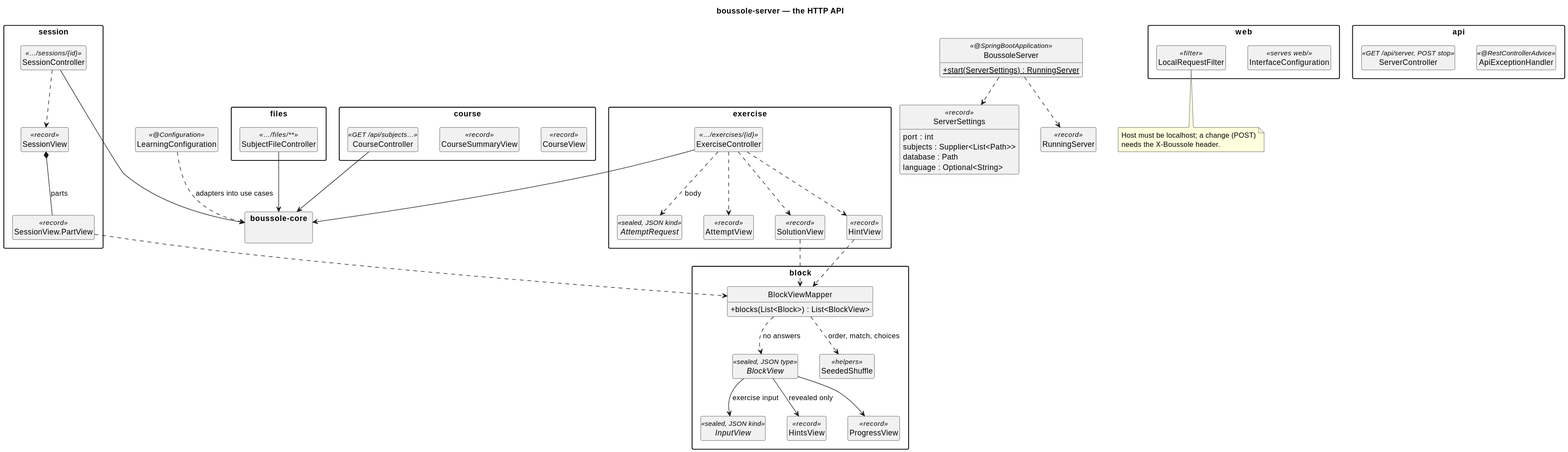
Earlier version of the PlantUML export docs/diagrams/70-server.svg (lucasssoh/Boussole).
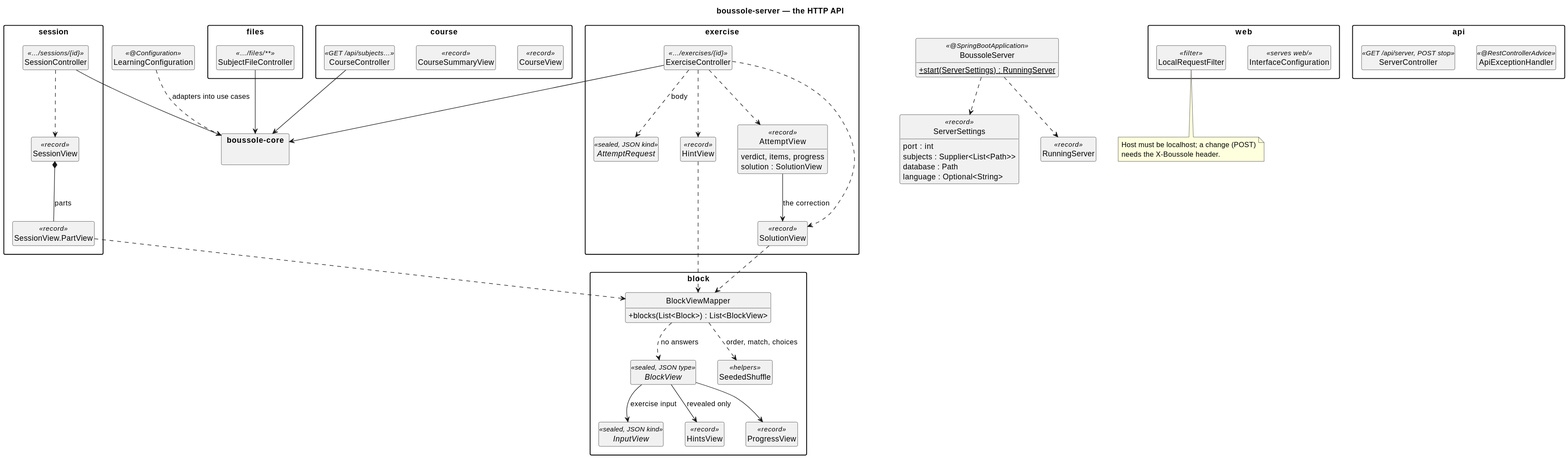
Later version of the same file.

What changed in the source:
```diff
@@ -32,7 +32,10 @@
 package "exercise" {
   class ExerciseController <<…/exercises/{id}>>
   interface AttemptRequest <<sealed, JSON kind>>
-  class AttemptView <<record>>
+  class AttemptView <<record>> {
+    verdict, items, progress
+    solution : SolutionView
+  }
   class HintView <<record>>
   class SolutionView <<record>>
 }
@@ -73,6 +76,7 @@
 PartView ..> BlockViewMapper
 ExerciseController ..> AttemptRequest : body
 ExerciseController ..> AttemptView
+AttemptView --> SolutionView : the correction
 ExerciseController ..> HintView
 ExerciseController ..> SolutionView
 HintView ..> BlockViewMapper
```
